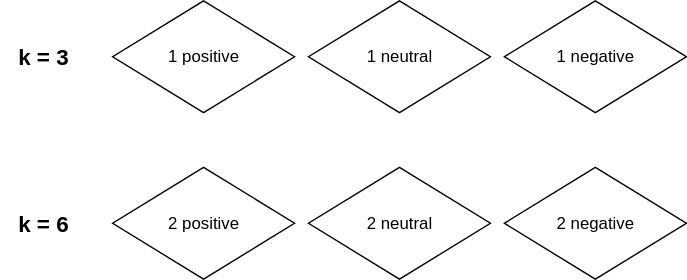
Earlier version of the draw.io export drawio/flowcharts/fewshot_flowchart.drawio.svg (sara-kaczmarek/LLMB4ABSC). Source tidied: cells renumbered, new cells last; positions are measured from the earlier drawing's top-left corner, leaving out a move shared by most shapes. The source it was exported from:
```xml
<mxGraphModel>
  <root>
    <mxCell id="0" />
    <mxCell id="1" parent="0" />
    <mxCell id="2" value="1 neutral" style="rhombus;whiteSpace=wrap;html=1;" parent="1" vertex="1">
      <mxGeometry x="220" width="130" height="80" as="geometry" />
    </mxCell>
    <mxCell id="3" value="1 positive" style="rhombus;whiteSpace=wrap;html=1;" parent="1" vertex="1">
      <mxGeometry x="80" width="130" height="80" as="geometry" />
    </mxCell>
    <mxCell id="4" value="1 negative" style="rhombus;whiteSpace=wrap;html=1;" parent="1" vertex="1">
      <mxGeometry x="360" width="130" height="80" as="geometry" />
    </mxCell>
    <mxCell id="5" value="2 positive" style="rhombus;whiteSpace=wrap;html=1;" parent="1" vertex="1">
      <mxGeometry x="80" y="119" width="130" height="80" as="geometry" />
    </mxCell>
    <mxCell id="6" value="2 neutral" style="rhombus;whiteSpace=wrap;html=1;" parent="1" vertex="1">
      <mxGeometry x="220" y="119" width="130" height="80" as="geometry" />
    </mxCell>
    <mxCell id="7" value="2 negative" style="rhombus;whiteSpace=wrap;html=1;" parent="1" vertex="1">
      <mxGeometry x="360" y="119" width="130" height="80" as="geometry" />
    </mxCell>
    <mxCell id="8" value="&lt;b&gt;&lt;font style=&quot;font-size: 16px;&quot;&gt;k = 3&lt;/font&gt;&lt;/b&gt;" style="text;html=1;align=center;verticalAlign=middle;strokeColor=none;fillColor=none;" parent="1" vertex="1">
      <mxGeometry y="25" width="60" height="30" as="geometry" />
    </mxCell>
    <mxCell id="9" value="&lt;b&gt;&lt;font style=&quot;font-size: 16px;&quot;&gt;k = 6&lt;/font&gt;&lt;/b&gt;" style="text;html=1;align=center;verticalAlign=middle;strokeColor=none;fillColor=none;" parent="1" vertex="1">
      <mxGeometry y="144" width="60" height="30" as="geometry" />
    </mxCell>
  </root>
</mxGraphModel>
```
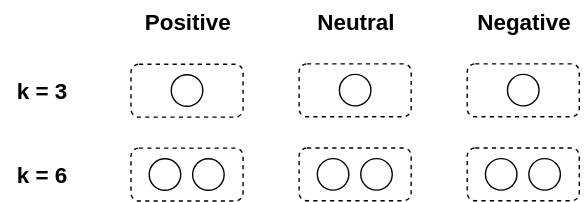
The same diagram one commit later.

What changed in the source:
```diff
@@ -2,29 +2,83 @@
   <root>
     <mxCell id="0" />
     <mxCell id="1" parent="0" />
-    <mxCell id="2" value="1 neutral" style="rhombus;whiteSpace=wrap;html=1;" parent="1" vertex="1">
-      <mxGeometry x="220" width="130" height="80" as="geometry" />
-    </mxCell>
-    <mxCell id="3" value="1 positive" style="rhombus;whiteSpace=wrap;html=1;" parent="1" vertex="1">
-      <mxGeometry x="80" width="130" height="80" as="geometry" />
-    </mxCell>
-    <mxCell id="4" value="1 negative" style="rhombus;whiteSpace=wrap;html=1;" parent="1" vertex="1">
-      <mxGeometry x="360" width="130" height="80" as="geometry" />
-    </mxCell>
-    <mxCell id="5" value="2 positive" style="rhombus;whiteSpace=wrap;html=1;" parent="1" vertex="1">
-      <mxGeometry x="80" y="119" width="130" height="80" as="geometry" />
-    </mxCell>
-    <mxCell id="6" value="2 neutral" style="rhombus;whiteSpace=wrap;html=1;" parent="1" vertex="1">
-      <mxGeometry x="220" y="119" width="130" height="80" as="geometry" />
-    </mxCell>
-    <mxCell id="7" value="2 negative" style="rhombus;whiteSpace=wrap;html=1;" parent="1" vertex="1">
-      <mxGeometry x="360" y="119" width="130" height="80" as="geometry" />
-    </mxCell>
     <mxCell id="8" value="&lt;b&gt;&lt;font style=&quot;font-size: 16px;&quot;&gt;k = 3&lt;/font&gt;&lt;/b&gt;" style="text;html=1;align=center;verticalAlign=middle;strokeColor=none;fillColor=none;" parent="1" vertex="1">
-      <mxGeometry y="25" width="60" height="30" as="geometry" />
+      <mxGeometry x="36" y="24.1" width="60" height="30" as="geometry" />
     </mxCell>
     <mxCell id="9" value="&lt;b&gt;&lt;font style=&quot;font-size: 16px;&quot;&gt;k = 6&lt;/font&gt;&lt;/b&gt;" style="text;html=1;align=center;verticalAlign=middle;strokeColor=none;fillColor=none;" parent="1" vertex="1">
-      <mxGeometry y="144" width="60" height="30" as="geometry" />
+      <mxGeometry x="36" y="84" width="60" height="30" as="geometry" />
     </mxCell>
+    <mxCell id="10" value="&lt;span style=&quot;font-size: 16px;&quot;&gt;&lt;b&gt;Positive&lt;/b&gt;&lt;/span&gt;" style="text;html=1;align=center;verticalAlign=middle;strokeColor=none;fillColor=none;" parent="1" vertex="1">
+      <mxGeometry x="130" y="-25" width="80" height="30" as="geometry" />
+    </mxCell>
+    <mxCell id="11" value="&lt;span style=&quot;font-size: 16px;&quot;&gt;&lt;b&gt;Neutral&lt;/b&gt;&lt;/span&gt;" style="text;html=1;align=center;verticalAlign=middle;strokeColor=none;fillColor=none;" parent="1" vertex="1">
+      <mxGeometry x="250" y="-25" width="80" height="30" as="geometry" />
+    </mxCell>
+    <mxCell id="12" value="&lt;span style=&quot;font-size: 16px;&quot;&gt;&lt;b&gt;Negative&lt;/b&gt;&lt;/span&gt;" style="text;html=1;align=center;verticalAlign=middle;strokeColor=none;fillColor=none;" parent="1" vertex="1">
+      <mxGeometry x="365" y="-25" width="90" height="30" as="geometry" />
+    </mxCell>
+    <mxCell id="13" style="group;" parent="1" vertex="1">
+      <mxGeometry x="130" y="20.2" width="80" height="37.8" as="geometry" />
+    </mxCell>
+    <mxCell id="14" style="rounded=1;whiteSpace=wrap;html=1;dashed=1;" parent="13" vertex="1">
+      <mxGeometry width="80" height="37.8" as="geometry" />
+    </mxCell>
+    <mxCell id="15" style="ellipse;whiteSpace=wrap;html=1;" parent="13" vertex="1">
+      <mxGeometry x="28.8" y="7.5" width="22.5" height="22.5" as="geometry" />
+    </mxCell>
+    <mxCell id="16" style="group;" parent="1" vertex="1">
+      <mxGeometry x="250" y="20" width="80" height="37.8" as="geometry" />
+    </mxCell>
+    <mxCell id="17" style="rounded=1;whiteSpace=wrap;html=1;dashed=1;" parent="16" vertex="1">
+      <mxGeometry width="80" height="37.8" as="geometry" />
+    </mxCell>
+    <mxCell id="18" style="ellipse;whiteSpace=wrap;html=1;" parent="16" vertex="1">
+      <mxGeometry x="28.8" y="7.5" width="22.5" height="22.5" as="geometry" />
+    </mxCell>
+    <mxCell id="19" style="group;" parent="1" vertex="1">
+      <mxGeometry x="370" y="20" width="80" height="37.8" as="geometry" />
+    </mxCell>
+    <mxCell id="20" style="rounded=1;whiteSpace=wrap;html=1;dashed=1;" parent="19" vertex="1">
+      <mxGeometry width="80" height="37.8" as="geometry" />
+    </mxCell>
+    <mxCell id="21" style="ellipse;whiteSpace=wrap;html=1;" parent="19" vertex="1">
+      <mxGeometry x="28.8" y="7.5" width="22.5" height="22.5" as="geometry" />
+    </mxCell>
+    <mxCell id="22" style="group;" parent="1" vertex="1">
+      <mxGeometry x="130" y="80.1" width="80" height="37.8" as="geometry" />
+    </mxCell>
+    <mxCell id="23" style="rounded=1;whiteSpace=wrap;html=1;dashed=1;" parent="22" vertex="1">
+      <mxGeometry width="80" height="37.8" as="geometry" />
+    </mxCell>
+    <mxCell id="24" style="ellipse;whiteSpace=wrap;html=1;" parent="22" vertex="1">
+      <mxGeometry x="13" y="7.6" width="22.5" height="22.5" as="geometry" />
+    </mxCell>
+    <mxCell id="25" style="ellipse;whiteSpace=wrap;html=1;" parent="22" vertex="1">
+      <mxGeometry x="44" y="7.6" width="22.5" height="22.5" as="geometry" />
+    </mxCell>
+    <mxCell id="26" style="group;" parent="1" vertex="1">
+      <mxGeometry x="250" y="80" width="80" height="37.8" as="geometry" />
+    </mxCell>
+    <mxCell id="27" style="rounded=1;whiteSpace=wrap;html=1;dashed=1;" parent="26" vertex="1">
+      <mxGeometry width="80" height="37.8" as="geometry" />
+    </mxCell>
+    <mxCell id="28" style="ellipse;whiteSpace=wrap;html=1;" parent="26" vertex="1">
+      <mxGeometry x="13" y="7.6" width="22.5" height="22.5" as="geometry" />
+    </mxCell>
+    <mxCell id="29" style="ellipse;whiteSpace=wrap;html=1;" parent="26" vertex="1">
+      <mxGeometry x="44" y="7.6" width="22.5" height="22.5" as="geometry" />
+    </mxCell>
+    <mxCell id="30" style="group;" parent="1" vertex="1">
+      <mxGeometry x="370" y="80" width="80" height="37.8" as="geometry" />
+    </mxCell>
+    <mxCell id="31" style="rounded=1;whiteSpace=wrap;html=1;dashed=1;" parent="30" vertex="1">
+      <mxGeometry width="80" height="37.8" as="geometry" />
+    </mxCell>
+    <mxCell id="32" style="ellipse;whiteSpace=wrap;html=1;" parent="30" vertex="1">
+      <mxGeometry x="13" y="7.6" width="22.5" height="22.5" as="geometry" />
+    </mxCell>
+    <mxCell id="33" style="ellipse;whiteSpace=wrap;html=1;" parent="30" vertex="1">
+      <mxGeometry x="44" y="7.6" width="22.5" height="22.5" as="geometry" />
+    </mxCell>
   </root>
 </mxGraphModel>
```
